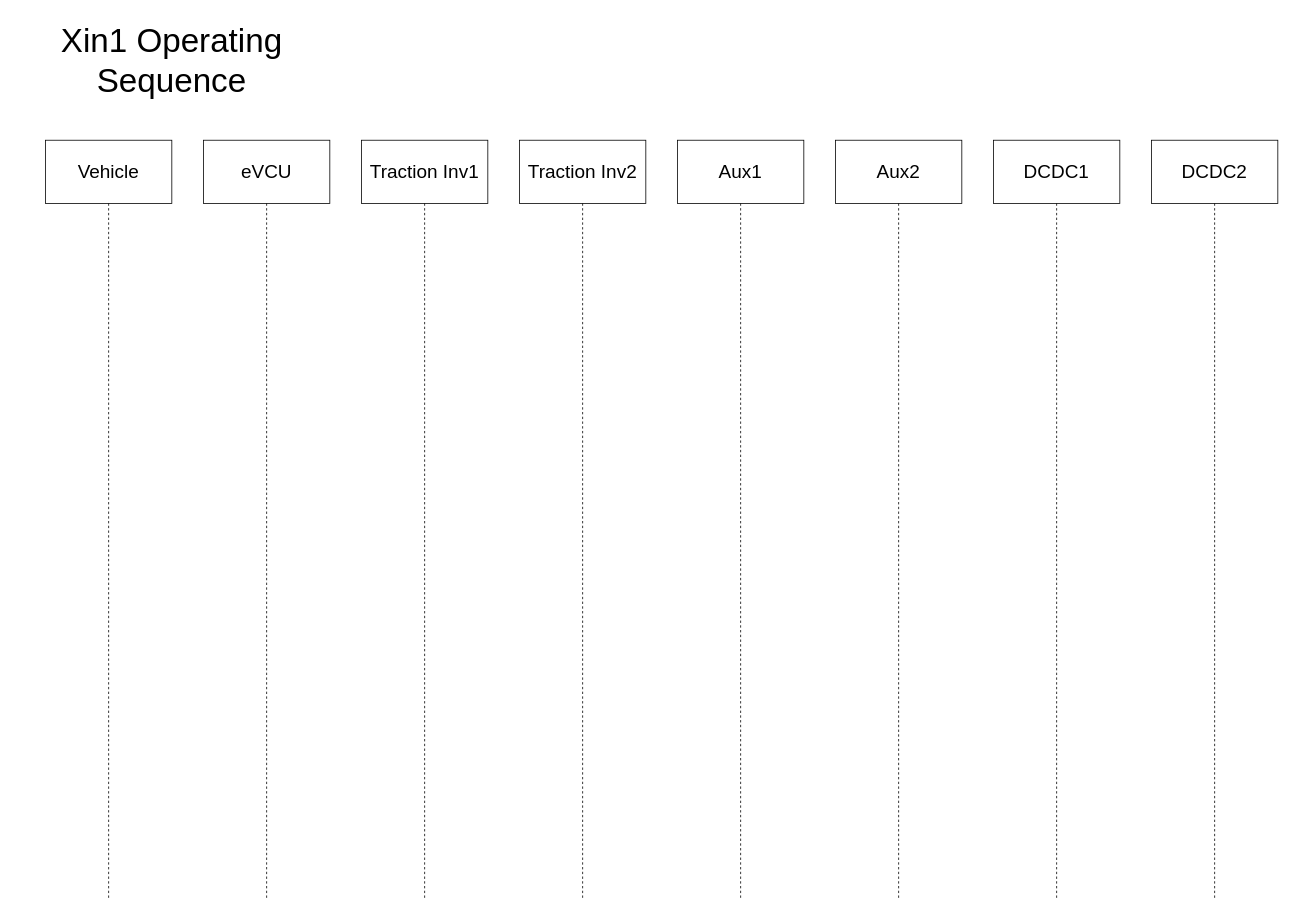
This is page "subsytem Block diag" (2 of 3) of xin1System.drawio from chdev2011/temp, a draw.io file, before an edit. Source tidied: cells renumbered, new cells numbered last; positions are measured from the earlier drawing's top-left corner, leaving out a move shared by most shapes. Both pictures are drawn from the tidied source at 79%, with x=0, y=0 at pixel (13, 13).
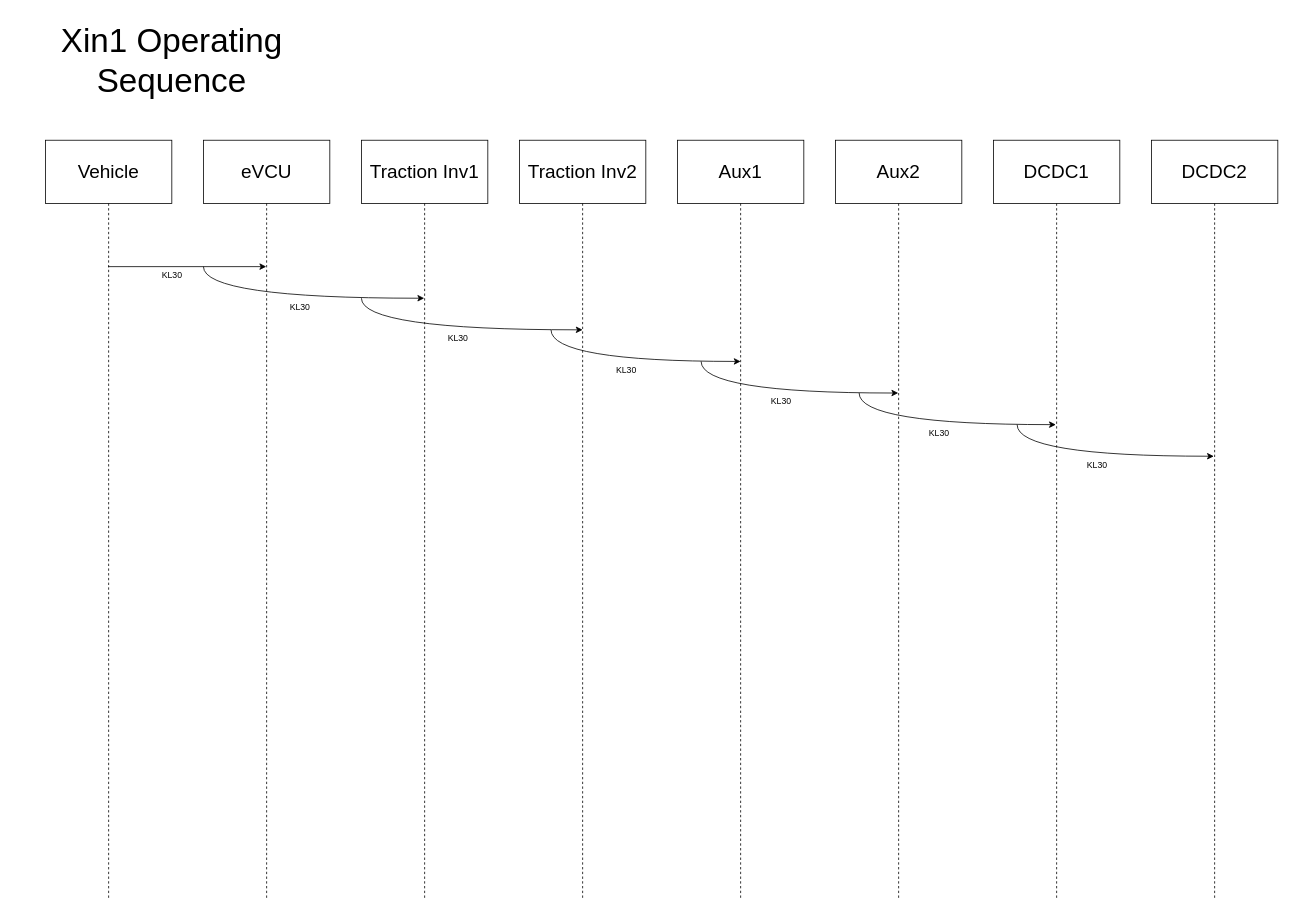
The same diagram, later.

Unchanged cells that the change refers to:
```xml
<mxCell id="5" value="Traction Inv1" style="shape=umlLifeline;perimeter=lifelinePerimeter;whiteSpace=wrap;html=1;outlineConnect=0;portConstraint=eastwest;newEdgeStyle={&quot;curved&quot;:0,&quot;rounded&quot;:0};size=80;fontSize=24;" parent="1" vertex="1">
  <mxGeometry x="440" y="160" width="160" height="960" as="geometry" />
</mxCell>
<mxCell id="8" value="Aux2" style="shape=umlLifeline;perimeter=lifelinePerimeter;whiteSpace=wrap;html=1;outlineConnect=0;portConstraint=eastwest;newEdgeStyle={&quot;curved&quot;:0,&quot;rounded&quot;:0};size=80;fontSize=24;" parent="1" vertex="1">
  <mxGeometry x="1040" y="160" width="160" height="960" as="geometry" />
</mxCell>
```

What changed in the source:
```diff
@@
+    <mxCell id="11" style="endArrow=classic;html=1;rounded=0;" parent="1" edge="1">
+      <mxGeometry relative="1" as="geometry">
+        <mxPoint x="119.3" y="320" as="sourcePoint" />
+        <mxPoint x="319.5" y="320" as="targetPoint" />
+      </mxGeometry>
+    </mxCell>
+    <mxCell id="12" value="KL30" style="edgeLabel;html=1;align=center;verticalAlign=middle;" parent="11" vertex="1">
+      <mxGeometry x="0.35" y="-3" relative="1" as="geometry">
+        <mxPoint x="-55" y="7" as="offset" />
+      </mxGeometry>
+    </mxCell>
+    <mxCell id="13" style="endArrow=classic;html=1;rounded=0;edgeStyle=orthogonalEdgeStyle;elbow=vertical;curved=1;" parent="1" edge="1" target="5">
+      <mxGeometry relative="1" as="geometry">
+        <mxPoint x="240" y="320" as="sourcePoint" />
+        <Array as="points">
+          <mxPoint x="240" y="360" />
+        </Array>
+      </mxGeometry>
+    </mxCell>
+    <mxCell id="14" value="KL30" style="edgeLabel;html=1;align=center;verticalAlign=middle;" parent="13" vertex="1">
+      <mxGeometry x="0.35" y="-3" relative="1" as="geometry">
+        <mxPoint x="-55" y="7" as="offset" />
+      </mxGeometry>
+    </mxCell>
+    <mxCell id="15" style="endArrow=classic;html=1;rounded=0;edgeStyle=orthogonalEdgeStyle;elbow=vertical;curved=1;" parent="1" edge="1">
+      <mxGeometry relative="1" as="geometry">
+        <mxPoint x="440" y="360" as="sourcePoint" />
+        <mxPoint x="720" y="400" as="targetPoint" />
+        <Array as="points">
+          <mxPoint x="440" y="400" />
+        </Array>
+      </mxGeometry>
+    </mxCell>
+    <mxCell id="16" value="KL30" style="edgeLabel;html=1;align=center;verticalAlign=middle;" parent="15" vertex="1">
+      <mxGeometry x="0.35" y="-3" relative="1" as="geometry">
+        <mxPoint x="-55" y="7" as="offset" />
+      </mxGeometry>
+    </mxCell>
+    <mxCell id="17" style="endArrow=classic;html=1;rounded=0;edgeStyle=orthogonalEdgeStyle;elbow=vertical;curved=1;" parent="1" edge="1">
+      <mxGeometry relative="1" as="geometry">
+        <mxPoint x="680" y="400" as="sourcePoint" />
+        <mxPoint x="920" y="440" as="targetPoint" />
+        <Array as="points">
+          <mxPoint x="680" y="440" />
+        </Array>
+      </mxGeometry>
+    </mxCell>
+    <mxCell id="18" value="KL30" style="edgeLabel;html=1;align=center;verticalAlign=middle;" parent="17" vertex="1">
+      <mxGeometry x="0.35" y="-3" relative="1" as="geometry">
+        <mxPoint x="-55" y="7" as="offset" />
+      </mxGeometry>
+    </mxCell>
+    <mxCell id="19" style="endArrow=classic;html=1;rounded=0;edgeStyle=orthogonalEdgeStyle;elbow=vertical;curved=1;" parent="1" edge="1" target="8">
+      <mxGeometry relative="1" as="geometry">
+        <mxPoint x="870" y="440" as="sourcePoint" />
+        <Array as="points">
+          <mxPoint x="870" y="480" />
+        </Array>
+      </mxGeometry>
+    </mxCell>
+    <mxCell id="20" value="KL30" style="edgeLabel;html=1;align=center;verticalAlign=middle;" parent="19" vertex="1">
+      <mxGeometry x="0.35" y="-3" relative="1" as="geometry">
+        <mxPoint x="-55" y="7" as="offset" />
+      </mxGeometry>
+    </mxCell>
+    <mxCell id="21" style="endArrow=classic;html=1;rounded=0;edgeStyle=orthogonalEdgeStyle;elbow=vertical;curved=1;" parent="1" edge="1">
+      <mxGeometry relative="1" as="geometry">
+        <mxPoint x="1070" y="480" as="sourcePoint" />
+        <mxPoint x="1319" y="520" as="targetPoint" />
+        <Array as="points">
+          <mxPoint x="1070" y="520" />
+        </Array>
+      </mxGeometry>
+    </mxCell>
+    <mxCell id="22" value="KL30" style="edgeLabel;html=1;align=center;verticalAlign=middle;" parent="21" vertex="1">
+      <mxGeometry x="0.35" y="-3" relative="1" as="geometry">
+        <mxPoint x="-55" y="7" as="offset" />
+      </mxGeometry>
+    </mxCell>
+    <mxCell id="23" style="endArrow=classic;html=1;rounded=0;edgeStyle=orthogonalEdgeStyle;elbow=vertical;curved=1;" parent="1" edge="1">
+      <mxGeometry relative="1" as="geometry">
+        <mxPoint x="1270" y="520" as="sourcePoint" />
+        <mxPoint x="1519" y="560" as="targetPoint" />
+        <Array as="points">
+          <mxPoint x="1270" y="560" />
+        </Array>
+      </mxGeometry>
+    </mxCell>
+    <mxCell id="24" value="KL30" style="edgeLabel;html=1;align=center;verticalAlign=middle;" parent="23" vertex="1">
+      <mxGeometry x="0.35" y="-3" relative="1" as="geometry">
+        <mxPoint x="-55" y="7" as="offset" />
+      </mxGeometry>
+    </mxCell>
```
